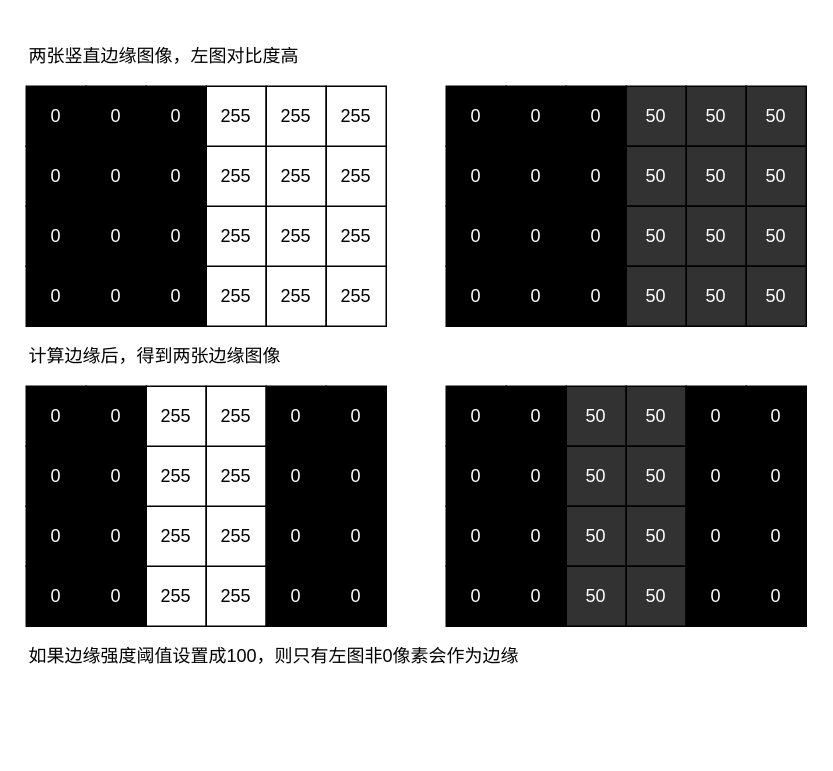
The draw.io diagram docs/x.drawio in Claire1228/test, before the edit. Source tidied: cells renumbered, new cells numbered last; positions are measured from the earlier drawing's top-left corner, leaving out a move shared by most shapes. Both pictures are drawn from the tidied source at 150%, with x=0, y=0 at pixel (26, 26).
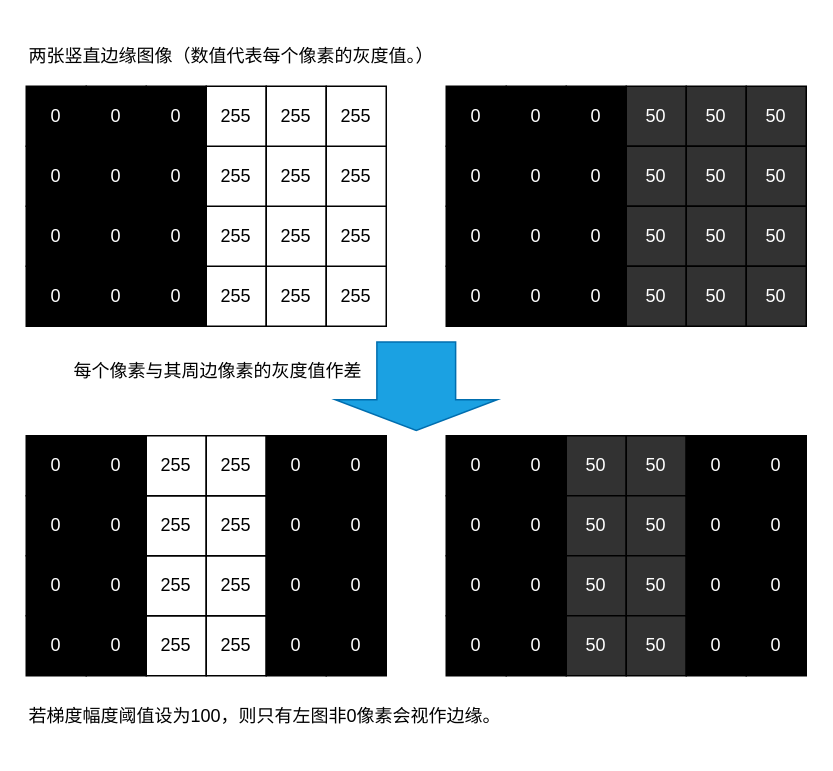
The same page after the edit.

Change to the diagram source:
```diff
@@
     <mxCell id="26" value="0" style="rounded=0;whiteSpace=wrap;html=1;fillColor=#000000;fontColor=#FFFFFF;" parent="1" vertex="1">
-      <mxGeometry x="40" y="240" width="40" height="40" as="geometry" />
+      <mxGeometry x="40" y="273" width="40" height="40" as="geometry" />
     </mxCell>
     <mxCell id="27" value="0" style="rounded=0;whiteSpace=wrap;html=1;fillColor=#000000;fontColor=#FFFFFF;" parent="1" vertex="1">
-      <mxGeometry x="40" y="280" width="40" height="40" as="geometry" />
+      <mxGeometry x="40" y="313" width="40" height="40" as="geometry" />
     </mxCell>
     <mxCell id="28" value="0" style="rounded=0;whiteSpace=wrap;html=1;fillColor=#000000;fontColor=#FFFFFF;" parent="1" vertex="1">
-      <mxGeometry x="40" y="320" width="40" height="40" as="geometry" />
+      <mxGeometry x="40" y="353" width="40" height="40" as="geometry" />
     </mxCell>
     <mxCell id="29" value="0" style="rounded=0;whiteSpace=wrap;html=1;fillColor=#000000;fontColor=#FFFFFF;" parent="1" vertex="1">
-      <mxGeometry x="40" y="360" width="40" height="40" as="geometry" />
+      <mxGeometry x="40" y="393" width="40" height="40" as="geometry" />
     </mxCell>
     <mxCell id="30" value="0" style="rounded=0;whiteSpace=wrap;html=1;fillColor=#000000;fontColor=#FFFFFF;" parent="1" vertex="1">
-      <mxGeometry y="240" width="40" height="40" as="geometry" />
+      <mxGeometry y="273" width="40" height="40" as="geometry" />
     </mxCell>
     <mxCell id="31" value="0" style="rounded=0;whiteSpace=wrap;html=1;fillColor=#000000;fontColor=#FFFFFF;" parent="1" vertex="1">
-      <mxGeometry y="280" width="40" height="40" as="geometry" />
+      <mxGeometry y="313" width="40" height="40" as="geometry" />
     </mxCell>
     <mxCell id="32" value="0" style="rounded=0;whiteSpace=wrap;html=1;fillColor=#000000;fontColor=#FFFFFF;" parent="1" vertex="1">
-      <mxGeometry y="320" width="40" height="40" as="geometry" />
+      <mxGeometry y="353" width="40" height="40" as="geometry" />
     </mxCell>
     <mxCell id="33" value="0" style="rounded=0;whiteSpace=wrap;html=1;fillColor=#000000;fontColor=#FFFFFF;" parent="1" vertex="1">
-      <mxGeometry y="360" width="40" height="40" as="geometry" />
+      <mxGeometry y="393" width="40" height="40" as="geometry" />
     </mxCell>
     <mxCell id="34" value="255" style="rounded=0;whiteSpace=wrap;html=1;" parent="1" vertex="1">
-      <mxGeometry x="80" y="360" width="40" height="40" as="geometry" />
+      <mxGeometry x="80" y="393" width="40" height="40" as="geometry" />
     </mxCell>
     <mxCell id="35" value="255" style="rounded=0;whiteSpace=wrap;html=1;" parent="1" vertex="1">
-      <mxGeometry x="120" y="360" width="40" height="40" as="geometry" />
+      <mxGeometry x="120" y="393" width="40" height="40" as="geometry" />
     </mxCell>
     <mxCell id="36" value="255" style="rounded=0;whiteSpace=wrap;html=1;" parent="1" vertex="1">
-      <mxGeometry x="80" y="320" width="40" height="40" as="geometry" />
+      <mxGeometry x="80" y="353" width="40" height="40" as="geometry" />
     </mxCell>
     <mxCell id="37" value="255" style="rounded=0;whiteSpace=wrap;html=1;" parent="1" vertex="1">
-      <mxGeometry x="120" y="320" width="40" height="40" as="geometry" />
+      <mxGeometry x="120" y="353" width="40" height="40" as="geometry" />
     </mxCell>
     <mxCell id="38" value="255" style="rounded=0;whiteSpace=wrap;html=1;" parent="1" vertex="1">
-      <mxGeometry x="80" y="280" width="40" height="40" as="geometry" />
+      <mxGeometry x="80" y="313" width="40" height="40" as="geometry" />
     </mxCell>
     <mxCell id="39" value="255" style="rounded=0;whiteSpace=wrap;html=1;" parent="1" vertex="1">
-      <mxGeometry x="120" y="280" width="40" height="40" as="geometry" />
+      <mxGeometry x="120" y="313" width="40" height="40" as="geometry" />
     </mxCell>
     <mxCell id="40" value="255" style="rounded=0;whiteSpace=wrap;html=1;" parent="1" vertex="1">
-      <mxGeometry x="80" y="240" width="40" height="40" as="geometry" />
+      <mxGeometry x="80" y="273" width="40" height="40" as="geometry" />
     </mxCell>
     <mxCell id="41" value="255" style="rounded=0;whiteSpace=wrap;html=1;" parent="1" vertex="1">
-      <mxGeometry x="120" y="240" width="40" height="40" as="geometry" />
+      <mxGeometry x="120" y="273" width="40" height="40" as="geometry" />
     </mxCell>
     <mxCell id="42" value="0" style="rounded=0;whiteSpace=wrap;html=1;fillColor=#000000;fontColor=#FFFFFF;" parent="1" vertex="1">
-      <mxGeometry x="200" y="240" width="40" height="40" as="geometry" />
+      <mxGeometry x="200" y="273" width="40" height="40" as="geometry" />
     </mxCell>
     <mxCell id="43" value="0" style="rounded=0;whiteSpace=wrap;html=1;fillColor=#000000;fontColor=#FFFFFF;" parent="1" vertex="1">
-      <mxGeometry x="200" y="280" width="40" height="40" as="geometry" />
+      <mxGeometry x="200" y="313" width="40" height="40" as="geometry" />
     </mxCell>
     <mxCell id="44" value="0" style="rounded=0;whiteSpace=wrap;html=1;fillColor=#000000;fontColor=#FFFFFF;" parent="1" vertex="1">
-      <mxGeometry x="200" y="320" width="40" height="40" as="geometry" />
+      <mxGeometry x="200" y="353" width="40" height="40" as="geometry" />
     </mxCell>
     <mxCell id="45" value="0" style="rounded=0;whiteSpace=wrap;html=1;fillColor=#000000;fontColor=#FFFFFF;" parent="1" vertex="1">
-      <mxGeometry x="200" y="360" width="40" height="40" as="geometry" />
+      <mxGeometry x="200" y="393" width="40" height="40" as="geometry" />
     </mxCell>
     <mxCell id="46" value="0" style="rounded=0;whiteSpace=wrap;html=1;fillColor=#000000;fontColor=#FFFFFF;" parent="1" vertex="1">
-      <mxGeometry x="160" y="240" width="40" height="40" as="geometry" />
+      <mxGeometry x="160" y="273" width="40" height="40" as="geometry" />
     </mxCell>
     <mxCell id="47" value="0" style="rounded=0;whiteSpace=wrap;html=1;fillColor=#000000;fontColor=#FFFFFF;" parent="1" vertex="1">
-      <mxGeometry x="160" y="280" width="40" height="40" as="geometry" />
+      <mxGeometry x="160" y="313" width="40" height="40" as="geometry" />
     </mxCell>
     <mxCell id="48" value="0" style="rounded=0;whiteSpace=wrap;html=1;fillColor=#000000;fontColor=#FFFFFF;" parent="1" vertex="1">
-      <mxGeometry x="160" y="320" width="40" height="40" as="geometry" />
+      <mxGeometry x="160" y="353" width="40" height="40" as="geometry" />
     </mxCell>
     <mxCell id="49" value="0" style="rounded=0;whiteSpace=wrap;html=1;fillColor=#000000;fontColor=#FFFFFF;" parent="1" vertex="1">
-      <mxGeometry x="160" y="360" width="40" height="40" as="geometry" />
+      <mxGeometry x="160" y="393" width="40" height="40" as="geometry" />
     </mxCell>
     <mxCell id="50" value="0" style="rounded=0;whiteSpace=wrap;html=1;fillColor=#000000;fontColor=#FFFFFF;" parent="1" vertex="1">
-      <mxGeometry x="280" y="240" width="40" height="40" as="geometry" />
+      <mxGeometry x="280" y="273" width="40" height="40" as="geometry" />
     </mxCell>
     <mxCell id="51" value="0" style="rounded=0;whiteSpace=wrap;html=1;fillColor=#000000;fontColor=#FFFFFF;" parent="1" vertex="1">
-      <mxGeometry x="320" y="240" width="40" height="40" as="geometry" />
+      <mxGeometry x="320" y="273" width="40" height="40" as="geometry" />
     </mxCell>
     <mxCell id="52" value="0" style="rounded=0;whiteSpace=wrap;html=1;fillColor=#000000;fontColor=#FFFFFF;" parent="1" vertex="1">
-      <mxGeometry x="320" y="280" width="40" height="40" as="geometry" />
+      <mxGeometry x="320" y="313" width="40" height="40" as="geometry" />
     </mxCell>
     <mxCell id="53" value="0" style="rounded=0;whiteSpace=wrap;html=1;fillColor=#000000;fontColor=#FFFFFF;" parent="1" vertex="1">
-      <mxGeometry x="280" y="280" width="40" height="40" as="geometry" />
+      <mxGeometry x="280" y="313" width="40" height="40" as="geometry" />
     </mxCell>
     <mxCell id="54" value="0" style="rounded=0;whiteSpace=wrap;html=1;fillColor=#000000;fontColor=#FFFFFF;" parent="1" vertex="1">
-      <mxGeometry x="320" y="320" width="40" height="40" as="geometry" />
+      <mxGeometry x="320" y="353" width="40" height="40" as="geometry" />
     </mxCell>
     <mxCell id="55" value="0" style="rounded=0;whiteSpace=wrap;html=1;fillColor=#000000;fontColor=#FFFFFF;" parent="1" vertex="1">
-      <mxGeometry x="280" y="320" width="40" height="40" as="geometry" />
+      <mxGeometry x="280" y="353" width="40" height="40" as="geometry" />
     </mxCell>
     <mxCell id="56" value="0" style="rounded=0;whiteSpace=wrap;html=1;fillColor=#000000;fontColor=#FFFFFF;" parent="1" vertex="1">
-      <mxGeometry x="280" y="360" width="40" height="40" as="geometry" />
+      <mxGeometry x="280" y="393" width="40" height="40" as="geometry" />
     </mxCell>
     <mxCell id="57" value="0" style="rounded=0;whiteSpace=wrap;html=1;fillColor=#000000;fontColor=#FFFFFF;" parent="1" vertex="1">
-      <mxGeometry x="320" y="360" width="40" height="40" as="geometry" />
+      <mxGeometry x="320" y="393" width="40" height="40" as="geometry" />
     </mxCell>
     <mxCell id="58" value="50" style="rounded=0;whiteSpace=wrap;html=1;fillColor=#323232;fontColor=#FFFFFF;" parent="1" vertex="1">
-      <mxGeometry x="360" y="240" width="40" height="40" as="geometry" />
+      <mxGeometry x="360" y="273" width="40" height="40" as="geometry" />
     </mxCell>
     <mxCell id="59" value="50" style="rounded=0;whiteSpace=wrap;html=1;fillColor=#323232;fontColor=#FFFFFF;" parent="1" vertex="1">
-      <mxGeometry x="360" y="280" width="40" height="40" as="geometry" />
+      <mxGeometry x="360" y="313" width="40" height="40" as="geometry" />
     </mxCell>
     <mxCell id="60" value="50" style="rounded=0;whiteSpace=wrap;html=1;fillColor=#323232;fontColor=#FFFFFF;" parent="1" vertex="1">
-      <mxGeometry x="400" y="240" width="40" height="40" as="geometry" />
+      <mxGeometry x="400" y="273" width="40" height="40" as="geometry" />
     </mxCell>
     <mxCell id="61" value="50" style="rounded=0;whiteSpace=wrap;html=1;fillColor=#323232;fontColor=#FFFFFF;" parent="1" vertex="1">
-      <mxGeometry x="400" y="280" width="40" height="40" as="geometry" />
+      <mxGeometry x="400" y="313" width="40" height="40" as="geometry" />
     </mxCell>
     <mxCell id="62" value="50" style="rounded=0;whiteSpace=wrap;html=1;fillColor=#323232;fontColor=#FFFFFF;" parent="1" vertex="1">
-      <mxGeometry x="360" y="320" width="40" height="40" as="geometry" />
+      <mxGeometry x="360" y="353" width="40" height="40" as="geometry" />
     </mxCell>
     <mxCell id="63" value="50" style="rounded=0;whiteSpace=wrap;html=1;fillColor=#323232;fontColor=#FFFFFF;" parent="1" vertex="1">
-      <mxGeometry x="360" y="360" width="40" height="40" as="geometry" />
+      <mxGeometry x="360" y="393" width="40" height="40" as="geometry" />
     </mxCell>
     <mxCell id="64" value="50" style="rounded=0;whiteSpace=wrap;html=1;fillColor=#323232;fontColor=#FFFFFF;" parent="1" vertex="1">
-      <mxGeometry x="400" y="320" width="40" height="40" as="geometry" />
+      <mxGeometry x="400" y="353" width="40" height="40" as="geometry" />
     </mxCell>
     <mxCell id="65" value="50" style="rounded=0;whiteSpace=wrap;html=1;fillColor=#323232;fontColor=#FFFFFF;" parent="1" vertex="1">
-      <mxGeometry x="400" y="360" width="40" height="40" as="geometry" />
+      <mxGeometry x="400" y="393" width="40" height="40" as="geometry" />
     </mxCell>
     <mxCell id="66" value="0" style="rounded=0;whiteSpace=wrap;html=1;fillColor=#000000;fontColor=#FFFFFF;" parent="1" vertex="1">
-      <mxGeometry x="440" y="240" width="40" height="40" as="geometry" />
+      <mxGeometry x="440" y="273" width="40" height="40" as="geometry" />
     </mxCell>
     <mxCell id="67" value="0" style="rounded=0;whiteSpace=wrap;html=1;fillColor=#000000;fontColor=#FFFFFF;" parent="1" vertex="1">
-      <mxGeometry x="480" y="240" width="40" height="40" as="geometry" />
+      <mxGeometry x="480" y="273" width="40" height="40" as="geometry" />
     </mxCell>
     <mxCell id="68" value="0" style="rounded=0;whiteSpace=wrap;html=1;fillColor=#000000;fontColor=#FFFFFF;" parent="1" vertex="1">
-      <mxGeometry x="480" y="280" width="40" height="40" as="geometry" />
+      <mxGeometry x="480" y="313" width="40" height="40" as="geometry" />
     </mxCell>
     <mxCell id="69" value="0" style="rounded=0;whiteSpace=wrap;html=1;fillColor=#000000;fontColor=#FFFFFF;" parent="1" vertex="1">
-      <mxGeometry x="440" y="280" width="40" height="40" as="geometry" />
+      <mxGeometry x="440" y="313" width="40" height="40" as="geometry" />
     </mxCell>
     <mxCell id="70" value="0" style="rounded=0;whiteSpace=wrap;html=1;fillColor=#000000;fontColor=#FFFFFF;" parent="1" vertex="1">
-      <mxGeometry x="480" y="320" width="40" height="40" as="geometry" />
+      <mxGeometry x="480" y="353" width="40" height="40" as="geometry" />
     </mxCell>
     <mxCell id="71" value="0" style="rounded=0;whiteSpace=wrap;html=1;fillColor=#000000;fontColor=#FFFFFF;" parent="1" vertex="1">
-      <mxGeometry x="440" y="320" width="40" height="40" as="geometry" />
+      <mxGeometry x="440" y="353" width="40" height="40" as="geometry" />
     </mxCell>
     <mxCell id="72" value="0" style="rounded=0;whiteSpace=wrap;html=1;fillColor=#000000;fontColor=#FFFFFF;" parent="1" vertex="1">
-      <mxGeometry x="440" y="360" width="40" height="40" as="geometry" />
+      <mxGeometry x="440" y="393" width="40" height="40" as="geometry" />
     </mxCell>
     <mxCell id="73" value="0" style="rounded=0;whiteSpace=wrap;html=1;fillColor=#000000;fontColor=#FFFFFF;" parent="1" vertex="1">
-      <mxGeometry x="480" y="360" width="40" height="40" as="geometry" />
+      <mxGeometry x="480" y="393" width="40" height="40" as="geometry" />
     </mxCell>
@@
-    <mxCell id="98" value="两张竖直边缘图像，左图对比度高" style="text;html=1;strokeColor=none;fillColor=none;align=left;verticalAlign=middle;whiteSpace=wrap;rounded=0;fontColor=#000000;" parent="1" vertex="1">
-      <mxGeometry width="240" height="40" as="geometry" />
+    <mxCell id="98" value="两张竖直边缘图像（数值代表每个像素的灰度值。）" style="text;html=1;strokeColor=none;fillColor=none;align=left;verticalAlign=middle;whiteSpace=wrap;rounded=0;fontColor=#000000;" parent="1" vertex="1">
+      <mxGeometry width="280" height="40" as="geometry" />
     </mxCell>
-    <mxCell id="99" value="计算边缘后，得到两张边缘图像" style="text;html=1;strokeColor=none;fillColor=none;align=left;verticalAlign=middle;whiteSpace=wrap;rounded=0;fontColor=#000000;" parent="1" vertex="1">
-      <mxGeometry y="200" width="240" height="40" as="geometry" />
+    <mxCell id="99" value="每个像素与其周边像素的灰度值作差" style="text;html=1;strokeColor=none;fillColor=none;align=left;verticalAlign=middle;whiteSpace=wrap;rounded=0;fontColor=#000000;" parent="1" vertex="1">
+      <mxGeometry x="30" y="210" width="200" height="40" as="geometry" />
     </mxCell>
-    <mxCell id="100" value="如果边缘强度阈值设置成100，则只有左图非0像素会作为边缘" style="text;html=1;strokeColor=none;fillColor=none;align=left;verticalAlign=middle;whiteSpace=wrap;rounded=0;fontColor=#000000;" parent="1" vertex="1">
-      <mxGeometry y="400" width="480" height="40" as="geometry" />
+    <mxCell id="100" value="若梯度幅度阈值&lt;span style=&quot;background-color: initial;&quot;&gt;设为100，则只有左图非0像素会视作边缘。&lt;/span&gt;" style="text;html=1;strokeColor=none;fillColor=none;align=left;verticalAlign=middle;whiteSpace=wrap;rounded=0;fontColor=#000000;" parent="1" vertex="1">
+      <mxGeometry y="440" width="480" height="40" as="geometry" />
     </mxCell>
+    <mxCell id="101" style="shape=flexArrow;endArrow=classic;html=1;rounded=0;width=52.5;endSize=6.5;endWidth=54.30555555555555;fillColor=#1ba1e2;strokeColor=#006EAF;" parent="1" edge="1">
+      <mxGeometry relative="1" as="geometry">
+        <mxPoint x="260" y="210" as="sourcePoint" />
+        <mxPoint x="260" y="270" as="targetPoint" />
+      </mxGeometry>
+    </mxCell>
```
